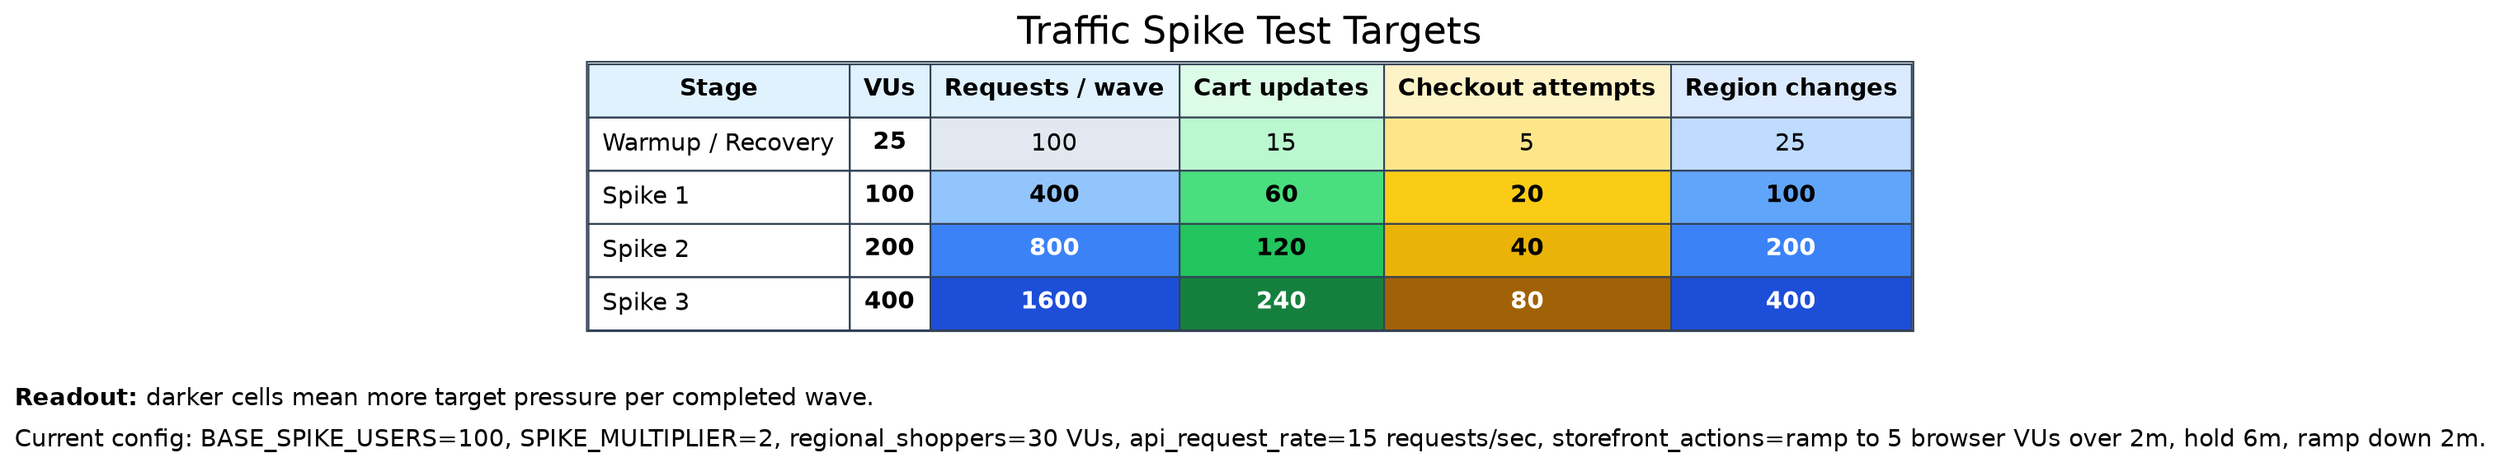
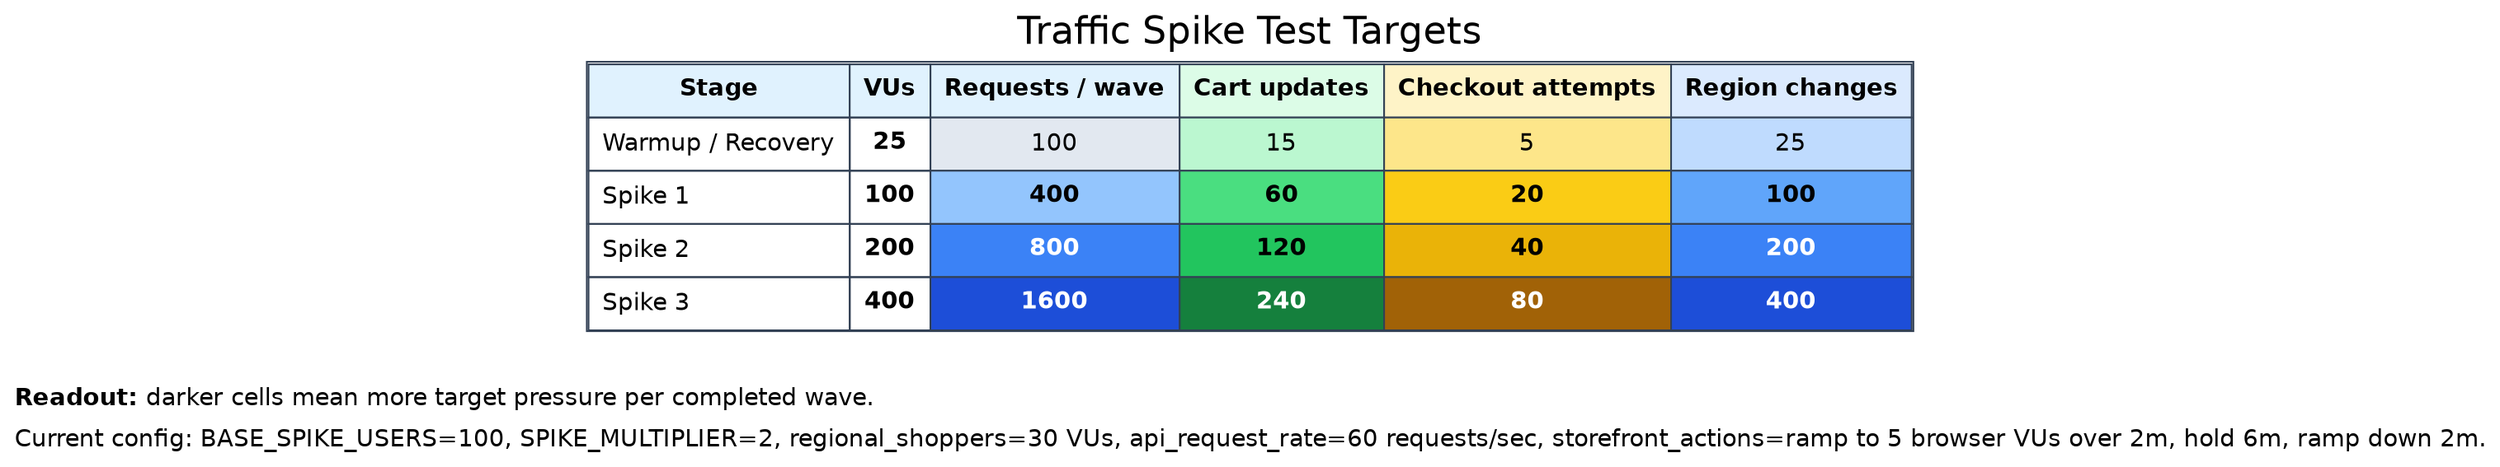
digraph traffic_spike_target_heatmap {
  graph [rankdir=TB, labelloc=t, label="Traffic Spike Test Targets", fontsize=22, fontname="Helvetica", nodesep=0.35, ranksep=0.4];
  node [shape=plain, fontname="Helvetica"];
  edge [style=invis];

  target_heatmap [label=<
    <TABLE BORDER="1" CELLBORDER="1" CELLSPACING="0" CELLPADDING="7" COLOR="#334155">
      <TR><TD BGCOLOR="#e0f2fe"><B>Stage</B></TD><TD BGCOLOR="#e0f2fe"><B>VUs</B></TD><TD BGCOLOR="#e0f2fe"><B>Requests / wave</B></TD><TD BGCOLOR="#dcfce7"><B>Cart updates</B></TD><TD BGCOLOR="#fef3c7"><B>Checkout attempts</B></TD><TD BGCOLOR="#dbeafe"><B>Region changes</B></TD></TR>
      <TR><TD ALIGN="LEFT">Warmup / Recovery</TD><TD><B>25</B></TD><TD BGCOLOR="#e2e8f0">100</TD><TD BGCOLOR="#bbf7d0">15</TD><TD BGCOLOR="#fde68a">5</TD><TD BGCOLOR="#bfdbfe">25</TD></TR>
      <TR><TD ALIGN="LEFT">Spike 1</TD><TD><B>100</B></TD><TD BGCOLOR="#93c5fd"><B>400</B></TD><TD BGCOLOR="#4ade80"><B>60</B></TD><TD BGCOLOR="#facc15"><B>20</B></TD><TD BGCOLOR="#60a5fa"><B>100</B></TD></TR>
      <TR><TD ALIGN="LEFT">Spike 2</TD><TD><B>200</B></TD><TD BGCOLOR="#3b82f6"><FONT COLOR="white"><B>800</B></FONT></TD><TD BGCOLOR="#22c55e"><B>120</B></TD><TD BGCOLOR="#eab308"><B>40</B></TD><TD BGCOLOR="#3b82f6"><FONT COLOR="white"><B>200</B></FONT></TD></TR>
      <TR><TD ALIGN="LEFT">Spike 3</TD><TD><B>400</B></TD><TD BGCOLOR="#1d4ed8"><FONT COLOR="white"><B>1600</B></FONT></TD><TD BGCOLOR="#15803d"><FONT COLOR="white"><B>240</B></FONT></TD><TD BGCOLOR="#a16207"><FONT COLOR="white"><B>80</B></FONT></TD><TD BGCOLOR="#1d4ed8"><FONT COLOR="white"><B>400</B></FONT></TD></TR>
    </TABLE>
  >];

  target_note [label=<
    <TABLE BORDER="0" CELLBORDER="0" CELLSPACING="0" CELLPADDING="4">
      <TR><TD ALIGN="LEFT"><B>Readout:</B> darker cells mean more target pressure per completed wave.</TD></TR>
-       <TR><TD ALIGN="LEFT">Current config: BASE_SPIKE_USERS=100, SPIKE_MULTIPLIER=2, regional_shoppers=30 VUs, api_request_rate=15 requests/sec, storefront_actions=ramp to 5 browser VUs over 2m, hold 6m, ramp down 2m.</TD></TR>
+       <TR><TD ALIGN="LEFT">Current config: BASE_SPIKE_USERS=100, SPIKE_MULTIPLIER=2, regional_shoppers=30 VUs, api_request_rate=60 requests/sec, storefront_actions=ramp to 5 browser VUs over 2m, hold 6m, ramp down 2m.</TD></TR>
    </TABLE>
  >];

  target_heatmap -> target_note;
}
